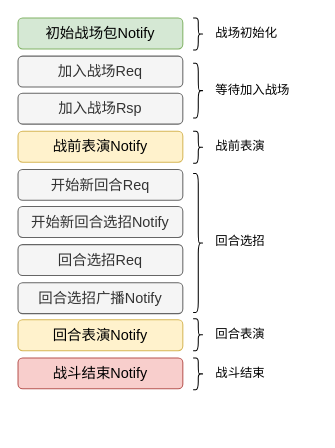
leoin2012/draw.io.files keeps this draw.io diagram as 战斗协议设计.drawio. Above is the earlier version. Source tidied: cells renumbered, new cells numbered last; positions are measured from the earlier drawing's top-left corner, leaving out a move shared by most shapes. Both pictures are drawn from the tidied source at 103%, with x=0, y=0 at pixel (18, 18).
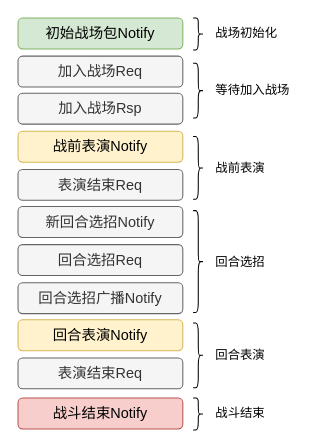
The same diagram, later.

Commit message:
更新战斗协议设计.drawio

The edit, as a diff of the source:
```diff
@@
-    <mxCell id="6" value="&lt;span style=&quot;font-size: 14px&quot;&gt;开始新回合Req&lt;/span&gt;" style="rounded=1;whiteSpace=wrap;html=1;fillColor=#f5f5f5;strokeColor=#666666;fontColor=#333333;" parent="1" vertex="1">
+    <mxCell id="6" value="&lt;span style=&quot;font-size: 14px&quot;&gt;表演结束Req&lt;/span&gt;" style="rounded=1;whiteSpace=wrap;html=1;fillColor=#f5f5f5;strokeColor=#666666;fontColor=#333333;" parent="1" vertex="1">
       <mxGeometry y="147" width="160" height="30" as="geometry" />
     </mxCell>
-    <mxCell id="7" value="&lt;span style=&quot;font-size: 14px&quot;&gt;开始新回合选招Notify&lt;/span&gt;" style="rounded=1;whiteSpace=wrap;html=1;fillColor=#f5f5f5;strokeColor=#666666;fontColor=#333333;" parent="1" vertex="1">
+    <mxCell id="7" value="&lt;span style=&quot;font-size: 14px&quot;&gt;新回合选招Notify&lt;/span&gt;" style="rounded=1;whiteSpace=wrap;html=1;fillColor=#f5f5f5;strokeColor=#666666;fontColor=#333333;" parent="1" vertex="1">
       <mxGeometry y="183" width="160" height="30" as="geometry" />
     </mxCell>
@@
     <mxCell id="11" value="&lt;span style=&quot;font-size: 14px&quot;&gt;战斗结束Notify&lt;/span&gt;" style="rounded=1;whiteSpace=wrap;html=1;fillColor=#f8cecc;strokeColor=#b85450;" parent="1" vertex="1">
-      <mxGeometry y="330" width="160" height="30" as="geometry" />
+      <mxGeometry y="369" width="160" height="30" as="geometry" />
     </mxCell>
@@
     <mxCell id="16" style="shape=curlyBracket;whiteSpace=wrap;html=1;rounded=1;rotation=180;" parent="1" vertex="1">
-      <mxGeometry x="170" y="110" width="10" height="31" as="geometry" />
+      <mxGeometry x="170" y="115" width="10" height="61" as="geometry" />
     </mxCell>
     <mxCell id="17" value="战前表演" style="text;html=1;strokeColor=none;fillColor=none;align=left;verticalAlign=middle;whiteSpace=wrap;rounded=0;" parent="1" vertex="1">
-      <mxGeometry x="190" y="115" width="100" height="20" as="geometry" />
+      <mxGeometry x="190" y="135.5" width="100" height="20" as="geometry" />
     </mxCell>
     <mxCell id="18" style="shape=curlyBracket;whiteSpace=wrap;html=1;rounded=1;rotation=180;" parent="1" vertex="1">
-      <mxGeometry x="170" y="151" width="10" height="135" as="geometry" />
+      <mxGeometry x="170" y="187" width="10" height="99" as="geometry" />
     </mxCell>
     <mxCell id="19" value="回合选招" style="text;html=1;strokeColor=none;fillColor=none;align=left;verticalAlign=middle;whiteSpace=wrap;rounded=0;" parent="1" vertex="1">
-      <mxGeometry x="190" y="207" width="100" height="20" as="geometry" />
+      <mxGeometry x="190" y="226.5" width="100" height="20" as="geometry" />
     </mxCell>
     <mxCell id="20" style="shape=curlyBracket;whiteSpace=wrap;html=1;rounded=1;rotation=180;" parent="1" vertex="1">
-      <mxGeometry x="170" y="292" width="10" height="31" as="geometry" />
+      <mxGeometry x="170" y="296" width="10" height="63" as="geometry" />
     </mxCell>
     <mxCell id="21" value="回合表演" style="text;html=1;strokeColor=none;fillColor=none;align=left;verticalAlign=middle;whiteSpace=wrap;rounded=0;" parent="1" vertex="1">
-      <mxGeometry x="190" y="297" width="100" height="20" as="geometry" />
+      <mxGeometry x="190" y="317.5" width="100" height="20" as="geometry" />
     </mxCell>
     <mxCell id="22" style="shape=curlyBracket;whiteSpace=wrap;html=1;rounded=1;rotation=180;" parent="1" vertex="1">
-      <mxGeometry x="170" y="330" width="10" height="31" as="geometry" />
+      <mxGeometry x="170" y="369" width="10" height="31" as="geometry" />
     </mxCell>
     <mxCell id="23" value="战斗结束" style="text;html=1;strokeColor=none;fillColor=none;align=left;verticalAlign=middle;whiteSpace=wrap;rounded=0;" parent="1" vertex="1">
-      <mxGeometry x="190" y="335" width="100" height="20" as="geometry" />
+      <mxGeometry x="190" y="374" width="100" height="20" as="geometry" />
     </mxCell>
+    <mxCell id="24" value="&lt;span style=&quot;font-size: 14px&quot;&gt;表演结束Req&lt;/span&gt;" style="rounded=1;whiteSpace=wrap;html=1;fillColor=#f5f5f5;strokeColor=#666666;fontColor=#333333;" parent="1" vertex="1">
+      <mxGeometry y="330" width="160" height="30" as="geometry" />
+    </mxCell>
```
